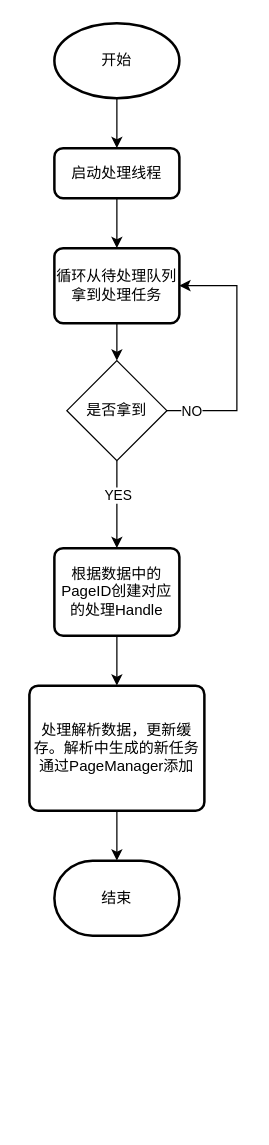
The draw.io diagram page "处理数据流程" (3 of 9) of Designs.drawio in AugustusGao/CommonReptile, before the edit. Source tidied: cells renumbered, new cells numbered last; positions are measured from the earlier drawing's top-left corner, leaving out a move shared by most shapes. Both pictures are drawn from the tidied source at 125%, with x=0, y=0 at pixel (29, 22).
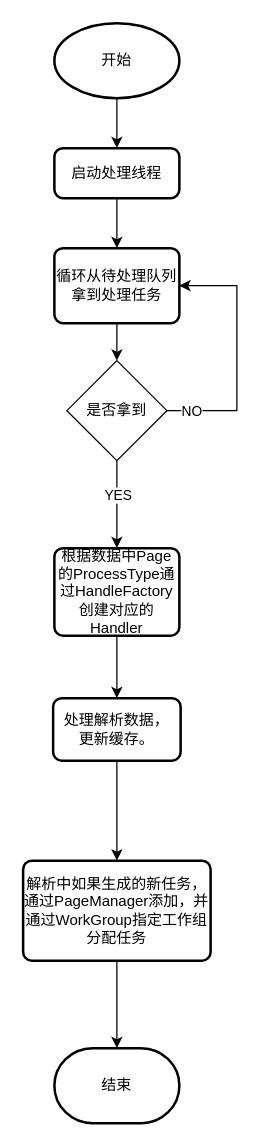
Above is the later version.

Change to the diagram source:
```diff
@@
-    <mxCell id="14" value="根据数据中的PageID创建对应的处理Handle" style="rounded=1;whiteSpace=wrap;html=1;absoluteArcSize=1;arcSize=14;strokeWidth=2;align=center;" parent="1" vertex="1">
+    <mxCell id="14" value="根据数据中Page的ProcessType通过HandleFactory创建对应的Handler" style="rounded=1;whiteSpace=wrap;html=1;absoluteArcSize=1;arcSize=14;strokeWidth=2;align=center;" parent="1" vertex="1">
       <mxGeometry x="20" y="420" width="100" height="70" as="geometry" />
     </mxCell>
-    <mxCell id="15" style="edgeStyle=orthogonalEdgeStyle;rounded=0;jettySize=auto;html=1;exitX=0.5;exitY=1;exitDx=0;exitDy=0;entryX=0.5;entryY=0;entryDx=0;entryDy=0;entryPerimeter=0;" parent="1" edge="1" source="16" target="17">
+    <mxCell id="15" style="edgeStyle=orthogonalEdgeStyle;rounded=0;jettySize=auto;html=1;exitX=0.5;exitY=1;exitDx=0;exitDy=0;" parent="1" edge="1" source="16" target="19">
       <mxGeometry relative="1" as="geometry" />
     </mxCell>
-    <mxCell id="16" value="处理解析数据，更新缓存。解析中生成的新任务通过PageManager添加" style="rounded=1;whiteSpace=wrap;html=1;absoluteArcSize=1;arcSize=14;strokeWidth=2;align=center;" parent="1" vertex="1">
-      <mxGeometry y="530" width="140" height="100" as="geometry" />
+    <mxCell id="16" value="处理解析数据，&lt;br&gt;更新缓存。" style="rounded=1;whiteSpace=wrap;html=1;absoluteArcSize=1;arcSize=14;strokeWidth=2;align=center;" parent="1" vertex="1">
+      <mxGeometry x="19" y="540" width="102" height="50" as="geometry" />
     </mxCell>
     <mxCell id="17" value="结束" style="strokeWidth=2;html=1;shape=mxgraph.flowchart.terminator;whiteSpace=wrap;align=center;" parent="1" vertex="1">
-      <mxGeometry x="20" y="670" width="100" height="60" as="geometry" />
+      <mxGeometry x="20" y="820" width="100" height="60" as="geometry" />
     </mxCell>
+    <mxCell id="18" style="edgeStyle=orthogonalEdgeStyle;rounded=0;jettySize=auto;html=1;exitX=0.5;exitY=1;exitDx=0;exitDy=0;entryX=0.5;entryY=0;entryDx=0;entryDy=0;entryPerimeter=0;" parent="1" edge="1" source="19" target="17">
+      <mxGeometry relative="1" as="geometry" />
+    </mxCell>
+    <mxCell id="19" value="&lt;span&gt;解析中如果生成的新任务，通过PageManager添加，并通过WorkGroup指定工作组分配任务&lt;/span&gt;" style="rounded=1;whiteSpace=wrap;html=1;absoluteArcSize=1;arcSize=14;strokeWidth=2;" parent="1" vertex="1">
+      <mxGeometry x="-5" y="670" width="150" height="80" as="geometry" />
+    </mxCell>
```
